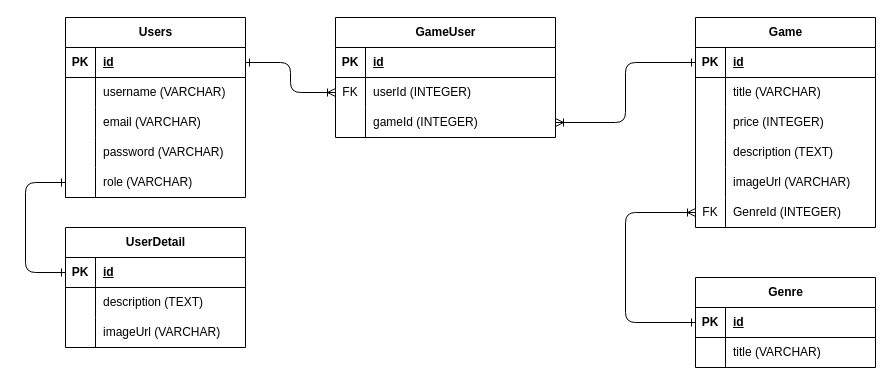
This is db/entity_relation_diagram.drawio from aaronarquette/cloud-ecommerce, a draw.io file, before an edit. Source tidied: cells renumbered, new cells numbered last; positions are measured from the earlier drawing's top-left corner, leaving out a move shared by most shapes. Both pictures are drawn from the tidied source at 100%, with x=0, y=0 at pixel (25, 17).
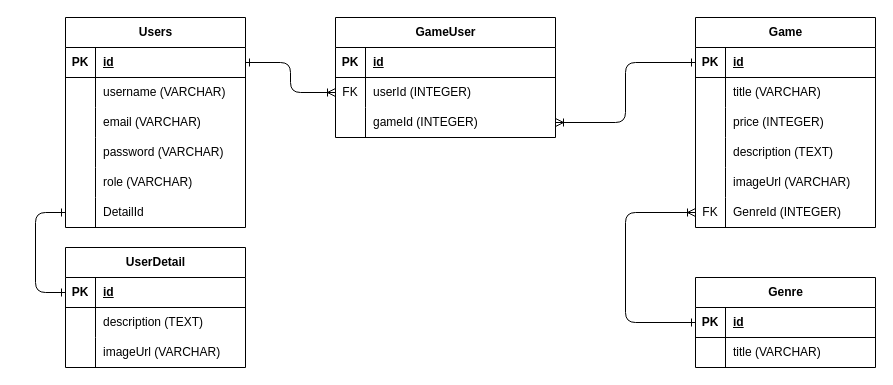
After the change.

Commit message:
added UserDetail foreign key

The change refers to these unchanged cells:
```xml
<mxCell id="15" style="shape=tableRow;horizontal=0;startSize=0;swimlaneHead=0;swimlaneBody=0;fillColor=none;points=[[0,0.5],[1,0.5]];portConstraint=eastwest;top=0;left=0;right=0;bottom=0;" parent="2" vertex="1">
  <mxGeometry y="150" width="180" height="30" as="geometry" />
</mxCell>
<mxCell id="49" style="shape=tableRow;horizontal=0;startSize=0;swimlaneHead=0;swimlaneBody=0;fillColor=none;points=[[0,0.5],[1,0.5]];portConstraint=eastwest;top=0;left=0;right=0;bottom=1;" parent="48" vertex="1">
  <mxGeometry y="30" width="180" height="30" as="geometry" />
</mxCell>
```

Diff of the diagram source:
```diff
@@
     <mxCell id="2" value="Users" style="shape=table;startSize=30;childLayout=tableLayout;rowLines=0;fontStyle=1;align=center;html=1;" parent="1" vertex="1">
-      <mxGeometry x="40" width="180" height="180" as="geometry" />
+      <mxGeometry x="40" width="180" height="210" as="geometry" />
     </mxCell>
@@
+    <mxCell id="68" style="shape=tableRow;horizontal=0;startSize=0;swimlaneHead=0;swimlaneBody=0;fillColor=none;points=[[0,0.5],[1,0.5]];portConstraint=eastwest;top=0;left=0;right=0;bottom=0;" parent="2" vertex="1">
+      <mxGeometry y="180" width="180" height="30" as="geometry" />
+    </mxCell>
+    <mxCell id="69" style="shape=partialRectangle;fillColor=none;top=0;left=0;bottom=0;right=0;overflow=hidden;whiteSpace=wrap;html=1;" parent="68" vertex="1">
+      <mxGeometry width="30" height="30" as="geometry" />
+    </mxCell>
+    <mxCell id="70" value="DetailId" style="shape=partialRectangle;fillColor=none;top=0;left=0;bottom=0;right=0;align=left;spacingLeft=6;overflow=hidden;whiteSpace=wrap;html=1;" parent="68" vertex="1">
+      <mxGeometry x="30" width="150" height="30" as="geometry" />
+    </mxCell>
@@
     <mxCell id="48" value="UserDetail" style="shape=table;startSize=30;childLayout=tableLayout;rowLines=0;fontStyle=1;align=center;html=1;" parent="1" vertex="1">
-      <mxGeometry x="40" y="210" width="180" height="120" as="geometry" />
+      <mxGeometry x="40" y="230" width="180" height="120" as="geometry" />
     </mxCell>
@@
-    <mxCell id="58" style="edgeStyle=orthogonalEdgeStyle;html=1;entryX=0;entryY=0.5;entryDx=0;entryDy=0;exitX=0;exitY=0.5;exitDx=0;exitDy=0;endArrow=ERone;endFill=0;startArrow=ERone;startFill=0;" parent="1" edge="1" source="49" target="15">
-      <mxGeometry relative="1" as="geometry">
-        <Array as="points">
-          <mxPoint y="255" />
-          <mxPoint y="165" />
-        </Array>
-      </mxGeometry>
-    </mxCell>
@@
+    <mxCell id="71" style="edgeStyle=orthogonalEdgeStyle;html=1;entryX=0;entryY=0.5;entryDx=0;entryDy=0;exitX=0;exitY=0.5;exitDx=0;exitDy=0;startArrow=ERone;startFill=0;endArrow=ERone;endFill=0;" parent="1" edge="1" source="68" target="49">
+      <mxGeometry relative="1" as="geometry">
+        <Array as="points">
+          <mxPoint x="10" y="195" />
+          <mxPoint x="10" y="275" />
+        </Array>
+      </mxGeometry>
+    </mxCell>
```
